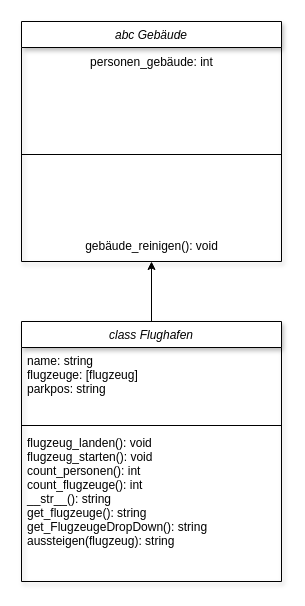
Earlier version of the draw.io diagram page "Flughafen" (2 of 2) of Klassendiagramm.drawio (sstreichan/ProjektFlugzeug). Source tidied: cells renumbered, new cells numbered last; positions are measured from the earlier drawing's top-left corner, leaving out a move shared by most shapes. Both pictures are drawn from the tidied source at 100%, with x=0, y=0 at pixel (21, 21).
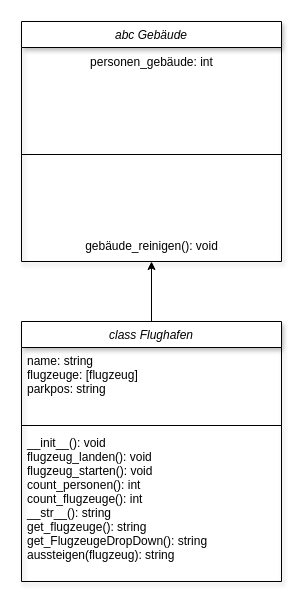
The same diagram, later.

Change to the diagram source:
```diff
@@
 <mxGraphModel>
   <root>
     <mxCell id="0" />
     <mxCell id="1" parent="0" />
     <mxCell id="2" style="edgeStyle=none;html=1;" parent="1" edge="1" source="3" target="10">
       <mxGeometry relative="1" as="geometry" />
     </mxCell>
     <mxCell id="3" value="class Flughafen" style="swimlane;fontStyle=2;align=center;verticalAlign=top;horizontal=1;startSize=26;rounded=0;shadow=1;strokeWidth=1;" parent="1" vertex="1">
       <mxGeometry y="300" width="260" height="260" as="geometry" />
     </mxCell>
     <mxCell id="4" value="name: string&#10;flugzeuge: [flugzeug]&#10;parkpos: string&#10;" style="text;align=left;verticalAlign=top;spacingLeft=4;spacingRight=4;overflow=hidden;rounded=0;shadow=0;html=0;" parent="3" vertex="1">
       <mxGeometry y="26" width="260" height="74" as="geometry" />
     </mxCell>
     <mxCell id="5" style="line;html=1;strokeWidth=1;align=left;verticalAlign=middle;spacingTop=-1;spacingLeft=3;spacingRight=3;labelPosition=right;" parent="3" vertex="1">
       <mxGeometry y="100" width="260" height="8" as="geometry" />
     </mxCell>
-    <mxCell id="6" value="flugzeug_landen(): void&#10;flugzeug_starten(): void&#10;count_personen(): int&#10;count_flugzeuge(): int&#10;__str__(): string&#10;get_flugzeuge(): string&#10;get_FlugzeugeDropDown(): string&#10;aussteigen(flugzeug): string" style="text;align=left;verticalAlign=top;spacingLeft=4;spacingRight=4;overflow=hidden;" parent="3" vertex="1">
+    <mxCell id="6" value="__init__(): void&#10;flugzeug_landen(): void&#10;flugzeug_starten(): void&#10;count_personen(): int&#10;count_flugzeuge(): int&#10;__str__(): string&#10;get_flugzeuge(): string&#10;get_FlugzeugeDropDown(): string&#10;aussteigen(flugzeug): string" style="text;align=left;verticalAlign=top;spacingLeft=4;spacingRight=4;overflow=hidden;" parent="3" vertex="1">
       <mxGeometry y="108" width="260" height="142" as="geometry" />
     </mxCell>
     <mxCell id="7" value="abc Gebäude" style="swimlane;fontStyle=2;align=center;verticalAlign=top;horizontal=1;startSize=26;rounded=0;shadow=1;strokeWidth=1;" parent="1" vertex="1">
       <mxGeometry width="260" height="240" as="geometry" />
     </mxCell>
     <mxCell id="8" value="&lt;span style=&quot;text-align: left;&quot;&gt;personen_gebäude: int&lt;/span&gt;" style="text;html=1;align=center;verticalAlign=middle;strokeColor=none;fillColor=none;" parent="7" vertex="1">
       <mxGeometry y="26" width="260" height="30" as="geometry" />
     </mxCell>
     <mxCell id="9" style="line;html=1;strokeWidth=1;align=left;verticalAlign=middle;spacingTop=-1;spacingLeft=3;spacingRight=3;labelPosition=right;" parent="7" vertex="1">
       <mxGeometry y="56" width="260" height="154" as="geometry" />
     </mxCell>
     <mxCell id="10" value="gebäude_reinigen(): void" style="text;html=1;align=center;verticalAlign=middle;points=[];strokeColor=none;fillColor=none;" parent="7" vertex="1">
       <mxGeometry y="210" width="260" height="30" as="geometry" />
     </mxCell>
   </root>
 </mxGraphModel>
```
